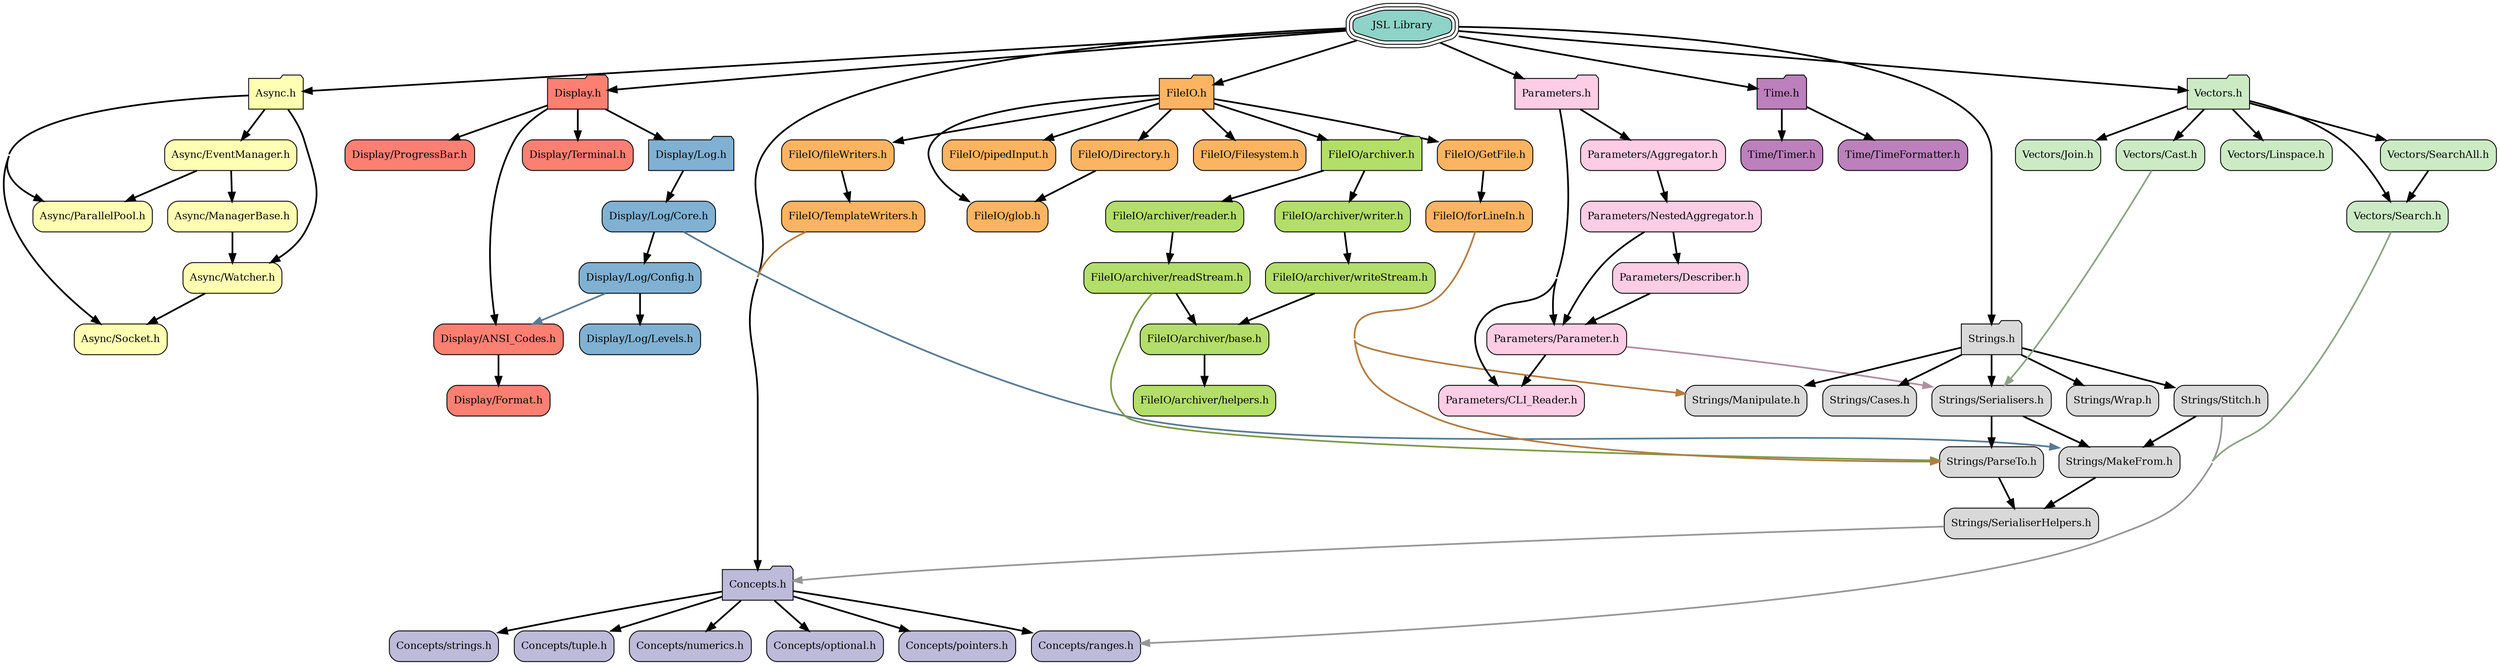
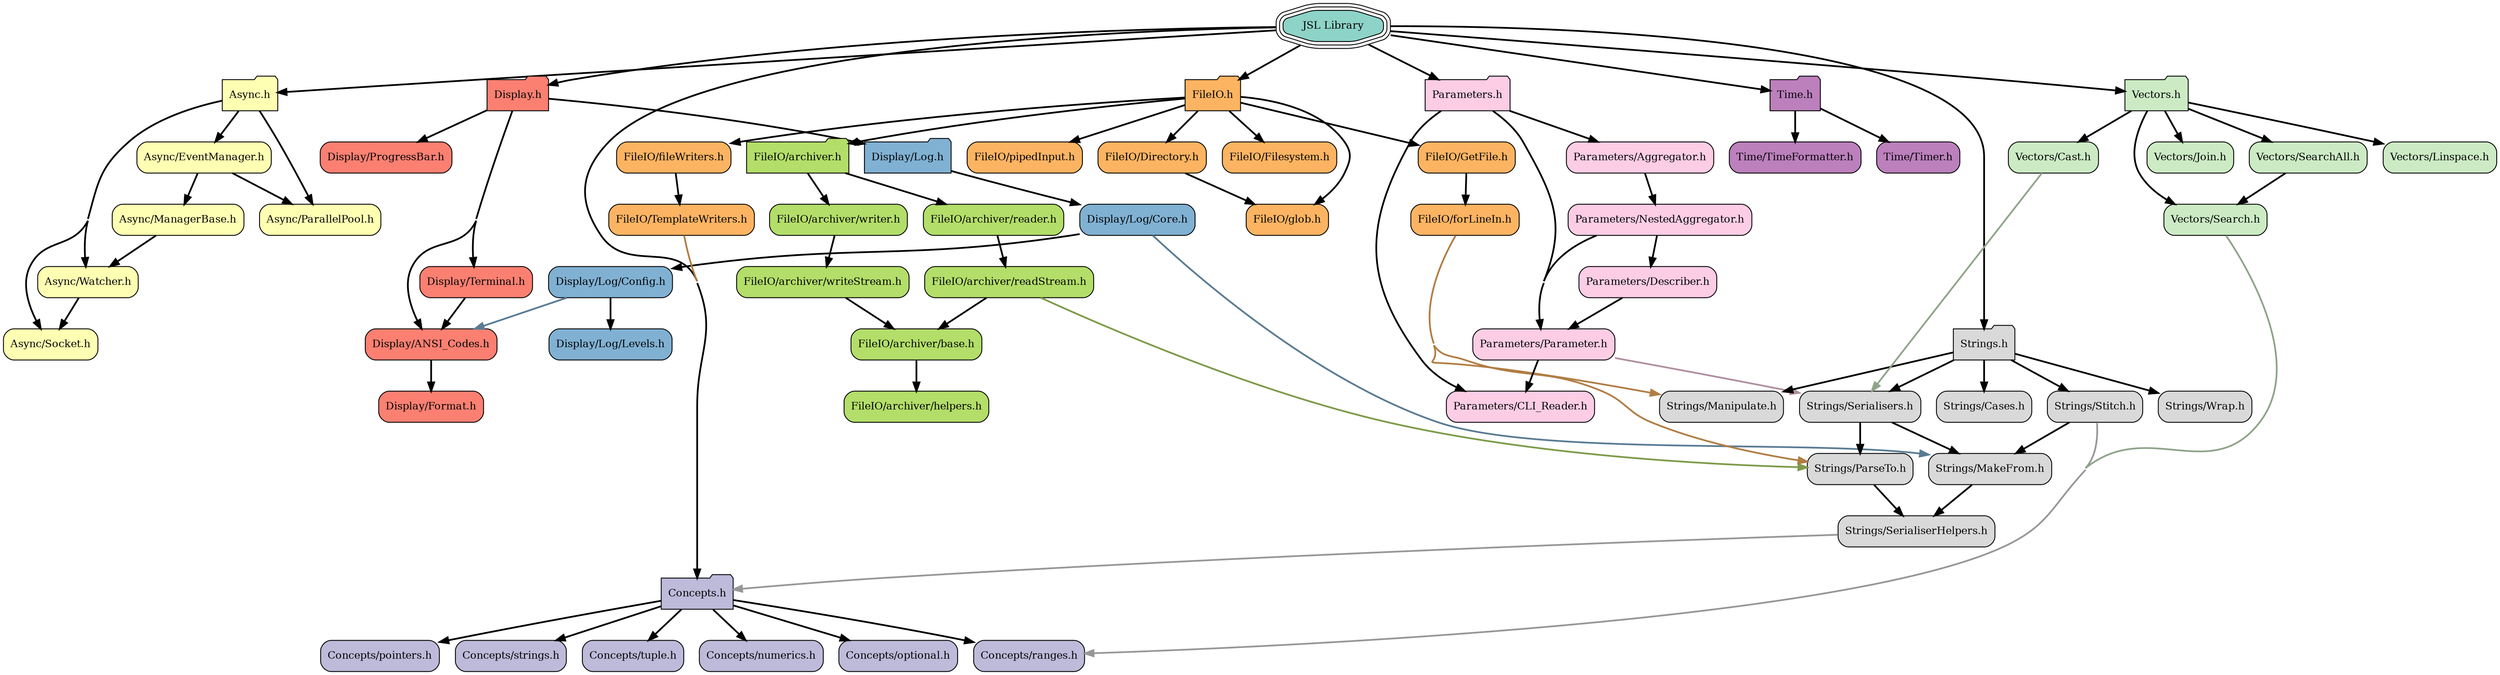
digraph codeviz{
	bgcolor="#ffffff"
	concentrate=true
	splines=true
	sep="+15,+15"
	overlap=false

	node[shape=Mrecord,fontsize=12]

	node[fillcolor="#8dd3c7", style="rounded,filled", shape=tripleoctagon, color="black"] "JSL.h"                           [label="JSL Library"]
	node[fillcolor="#ffffb3", style="rounded,filled", shape=folder, color="black"] "Async.h"                         [label="Async.h"]
	node[fillcolor="#ffffb3", style="rounded,filled", shape=box, color="black"] "Async/EventManager.h"            [label="Async/EventManager.h"]
	node[fillcolor="#ffffb3", style="rounded,filled", shape=box, color="black"] "Async/ManagerBase.h"             [label="Async/ManagerBase.h"]
	node[fillcolor="#ffffb3", style="rounded,filled", shape=box, color="black"] "Async/ParallelPool.h"            [label="Async/ParallelPool.h"]
	node[fillcolor="#ffffb3", style="rounded,filled", shape=box, color="black"] "Async/Socket.h"                  [label="Async/Socket.h"]
	node[fillcolor="#ffffb3", style="rounded,filled", shape=box, color="black"] "Async/Watcher.h"                 [label="Async/Watcher.h"]
	node[fillcolor="#bebada", style="rounded,filled", shape=folder, color="black"] "Concepts.h"                      [label="Concepts.h"]
	node[fillcolor="#bebada", style="rounded,filled", shape=box, color="black"] "Concepts/numerics.h"             [label="Concepts/numerics.h"]
	node[fillcolor="#bebada", style="rounded,filled", shape=box, color="black"] "Concepts/optional.h"             [label="Concepts/optional.h"]
	node[fillcolor="#bebada", style="rounded,filled", shape=box, color="black"] "Concepts/pointers.h"             [label="Concepts/pointers.h"]
	node[fillcolor="#bebada", style="rounded,filled", shape=box, color="black"] "Concepts/ranges.h"               [label="Concepts/ranges.h"]
	node[fillcolor="#bebada", style="rounded,filled", shape=box, color="black"] "Concepts/strings.h"              [label="Concepts/strings.h"]
	node[fillcolor="#bebada", style="rounded,filled", shape=box, color="black"] "Concepts/tuple.h"                [label="Concepts/tuple.h"]
	node[fillcolor="#fb8072", style="rounded,filled", shape=folder, color="black"] "Display.h"                       [label="Display.h"]
	node[fillcolor="#fb8072", style="rounded,filled", shape=box, color="black"] "Display/ANSI_Codes.h"            [label="Display/ANSI_Codes.h"]
	node[fillcolor="#fb8072", style="rounded,filled", shape=box, color="black"] "Display/Format.h"                [label="Display/Format.h"]
	node[fillcolor="#80b1d3", style="rounded,filled", shape=folder, color="black"] "Display/Log.h"                   [label="Display/Log.h"]
	node[fillcolor="#80b1d3", style="rounded,filled", shape=box, color="black"] "Display/Log/Config.h"            [label="Display/Log/Config.h"]
	node[fillcolor="#80b1d3", style="rounded,filled", shape=box, color="black"] "Display/Log/Core.h"              [label="Display/Log/Core.h"]
	node[fillcolor="#80b1d3", style="rounded,filled", shape=box, color="black"] "Display/Log/Levels.h"            [label="Display/Log/Levels.h"]
	node[fillcolor="#fb8072", style="rounded,filled", shape=box, color="black"] "Display/ProgressBar.h"           [label="Display/ProgressBar.h"]
	node[fillcolor="#fb8072", style="rounded,filled", shape=box, color="black"] "Display/Terminal.h"              [label="Display/Terminal.h"]
	node[fillcolor="#fdb462", style="rounded,filled", shape=folder, color="black"] "FileIO.h"                        [label="FileIO.h"]
	node[fillcolor="#fdb462", style="rounded,filled", shape=box, color="black"] "FileIO/Directory.h"              [label="FileIO/Directory.h"]
	node[fillcolor="#fdb462", style="rounded,filled", shape=box, color="black"] "FileIO/Filesystem.h"             [label="FileIO/Filesystem.h"]
	node[fillcolor="#fdb462", style="rounded,filled", shape=box, color="black"] "FileIO/GetFile.h"                [label="FileIO/GetFile.h"]
	node[fillcolor="#fdb462", style="rounded,filled", shape=box, color="black"] "FileIO/TemplateWriters.h"        [label="FileIO/TemplateWriters.h"]
	node[fillcolor="#b3de69", style="rounded,filled", shape=folder, color="black"] "FileIO/archiver.h"               [label="FileIO/archiver.h"]
	node[fillcolor="#b3de69", style="rounded,filled", shape=box, color="black"] "FileIO/archiver/base.h"          [label="FileIO/archiver/base.h"]
	node[fillcolor="#b3de69", style="rounded,filled", shape=box, color="black"] "FileIO/archiver/helpers.h"       [label="FileIO/archiver/helpers.h"]
	node[fillcolor="#b3de69", style="rounded,filled", shape=box, color="black"] "FileIO/archiver/readStream.h"    [label="FileIO/archiver/readStream.h"]
	node[fillcolor="#b3de69", style="rounded,filled", shape=box, color="black"] "FileIO/archiver/reader.h"        [label="FileIO/archiver/reader.h"]
	node[fillcolor="#b3de69", style="rounded,filled", shape=box, color="black"] "FileIO/archiver/writeStream.h"   [label="FileIO/archiver/writeStream.h"]
	node[fillcolor="#b3de69", style="rounded,filled", shape=box, color="black"] "FileIO/archiver/writer.h"        [label="FileIO/archiver/writer.h"]
	node[fillcolor="#fdb462", style="rounded,filled", shape=box, color="black"] "FileIO/fileWriters.h"            [label="FileIO/fileWriters.h"]
	node[fillcolor="#fdb462", style="rounded,filled", shape=box, color="black"] "FileIO/forLineIn.h"              [label="FileIO/forLineIn.h"]
	node[fillcolor="#fdb462", style="rounded,filled", shape=box, color="black"] "FileIO/glob.h"                   [label="FileIO/glob.h"]
	node[fillcolor="#fdb462", style="rounded,filled", shape=box, color="black"] "FileIO/pipedInput.h"             [label="FileIO/pipedInput.h"]
	node[fillcolor="#fccde5", style="rounded,filled", shape=folder, color="black"] "Parameters.h"                    [label="Parameters.h"]
	node[fillcolor="#fccde5", style="rounded,filled", shape=box, color="black"] "Parameters/Aggregator.h"         [label="Parameters/Aggregator.h"]
	node[fillcolor="#fccde5", style="rounded,filled", shape=box, color="black"] "Parameters/CLI_Reader.h"         [label="Parameters/CLI_Reader.h"]
	node[fillcolor="#fccde5", style="rounded,filled", shape=box, color="black"] "Parameters/Describer.h"          [label="Parameters/Describer.h"]
	node[fillcolor="#fccde5", style="rounded,filled", shape=box, color="black"] "Parameters/NestedAggregator.h"   [label="Parameters/NestedAggregator.h"]
	node[fillcolor="#fccde5", style="rounded,filled", shape=box, color="black"] "Parameters/Parameter.h"          [label="Parameters/Parameter.h"]
	node[fillcolor="#d9d9d9", style="rounded,filled", shape=folder, color="black"] "Strings.h"                       [label="Strings.h"]
	node[fillcolor="#d9d9d9", style="rounded,filled", shape=box, color="black"] "Strings/Cases.h"                 [label="Strings/Cases.h"]
	node[fillcolor="#d9d9d9", style="rounded,filled", shape=box, color="black"] "Strings/MakeFrom.h"              [label="Strings/MakeFrom.h"]
	node[fillcolor="#d9d9d9", style="rounded,filled", shape=box, color="black"] "Strings/Manipulate.h"            [label="Strings/Manipulate.h"]
	node[fillcolor="#d9d9d9", style="rounded,filled", shape=box, color="black"] "Strings/ParseTo.h"               [label="Strings/ParseTo.h"]
	node[fillcolor="#d9d9d9", style="rounded,filled", shape=box, color="black"] "Strings/SerialiserHelpers.h"     [label="Strings/SerialiserHelpers.h"]
	node[fillcolor="#d9d9d9", style="rounded,filled", shape=box, color="black"] "Strings/Serialisers.h"           [label="Strings/Serialisers.h"]
	node[fillcolor="#d9d9d9", style="rounded,filled", shape=box, color="black"] "Strings/Stitch.h"                [label="Strings/Stitch.h"]
	node[fillcolor="#d9d9d9", style="rounded,filled", shape=box, color="black"] "Strings/Wrap.h"                  [label="Strings/Wrap.h"]
	node[fillcolor="#bc80bd", style="rounded,filled", shape=folder, color="black"] "Time.h"                          [label="Time.h"]
	node[fillcolor="#bc80bd", style="rounded,filled", shape=box, color="black"] "Time/TimeFormatter.h"            [label="Time/TimeFormatter.h"]
	node[fillcolor="#bc80bd", style="rounded,filled", shape=box, color="black"] "Time/Timer.h"                    [label="Time/Timer.h"]
	node[fillcolor="#ccebc5", style="rounded,filled", shape=folder, color="black"] "Vectors.h"                       [label="Vectors.h"]
	node[fillcolor="#ccebc5", style="rounded,filled", shape=box, color="black"] "Vectors/Cast.h"                  [label="Vectors/Cast.h"]
	node[fillcolor="#ccebc5", style="rounded,filled", shape=box, color="black"] "Vectors/Join.h"                  [label="Vectors/Join.h"]
	node[fillcolor="#ccebc5", style="rounded,filled", shape=box, color="black"] "Vectors/Linspace.h"              [label="Vectors/Linspace.h"]
	node[fillcolor="#ccebc5", style="rounded,filled", shape=box, color="black"] "Vectors/Search.h"                [label="Vectors/Search.h"]
	node[fillcolor="#ccebc5", style="rounded,filled", shape=box, color="black"] "Vectors/SearchAll.h"             [label="Vectors/SearchAll.h"]
+ 	"JSL.h"                           -> "Time.h"[weight=10,penwidth=2]
	"JSL.h"                           -> "Display.h"[weight=10,penwidth=2]
+ 	"JSL.h"                           -> "Concepts.h"[weight=10,penwidth=2]
	"JSL.h"                           -> "Async.h"[weight=10,penwidth=2]
	"JSL.h"                           -> "FileIO.h"[weight=10,penwidth=2]
- 	"JSL.h"                           -> "Time.h"[weight=10,penwidth=2]
- 	"JSL.h"                           -> "Concepts.h"[weight=10,penwidth=2]
	"JSL.h"                           -> "Vectors.h"[weight=10,penwidth=2]
+ 	"JSL.h"                           -> "Strings.h"[weight=10,penwidth=2]
	"JSL.h"                           -> "Parameters.h"[weight=10,penwidth=2]
- 	"JSL.h"                           -> "Strings.h"[weight=10,penwidth=2]
	"Async.h"                         -> "Async/Socket.h"[weight=10,penwidth=2]
	"Async.h"                         -> "Async/Watcher.h"[weight=10,penwidth=2]
	"Async.h"                         -> "Async/EventManager.h"[weight=10,penwidth=2]
	"Async.h"                         -> "Async/ParallelPool.h"[weight=10,penwidth=2]
	"Async/EventManager.h"            -> "Async/ManagerBase.h"[weight=10,penwidth=2]
	"Async/EventManager.h"            -> "Async/ParallelPool.h"[weight=10,penwidth=2]
	"Async/ManagerBase.h"             -> "Async/Watcher.h"[weight=10,penwidth=2]
	"Async/Watcher.h"                 -> "Async/Socket.h"[weight=10,penwidth=2]
+ 	"Concepts.h"                      -> "Concepts/pointers.h"[weight=10,penwidth=2]
+ 	"Concepts.h"                      -> "Concepts/strings.h"[weight=10,penwidth=2]
+ 	"Concepts.h"                      -> "Concepts/tuple.h"[weight=10,penwidth=2]
	"Concepts.h"                      -> "Concepts/ranges.h"[weight=10,penwidth=2]
	"Concepts.h"                      -> "Concepts/optional.h"[weight=10,penwidth=2]
- 	"Concepts.h"                      -> "Concepts/pointers.h"[weight=10,penwidth=2]
- 	"Concepts.h"                      -> "Concepts/strings.h"[weight=10,penwidth=2]
	"Concepts.h"                      -> "Concepts/numerics.h"[weight=10,penwidth=2]
- 	"Concepts.h"                      -> "Concepts/tuple.h"[weight=10,penwidth=2]
- 	"Display.h"                       -> "Display/ProgressBar.h"[weight=10,penwidth=2]
+ 	"Display.h"                       -> "Display/Terminal.h"[weight=10,penwidth=2]
	"Display.h"                       -> "Display/ANSI_Codes.h"[weight=10,penwidth=2]
	"Display.h"                       -> "Display/Log.h"[weight=10,penwidth=2]
- 	"Display.h"                       -> "Display/Terminal.h"[weight=10,penwidth=2]
+ 	"Display.h"                       -> "Display/ProgressBar.h"[weight=10,penwidth=2]
	"Display/ANSI_Codes.h"            -> "Display/Format.h"[weight=10,penwidth=2]
	"Display/Log.h"                   -> "Display/Log/Core.h"[weight=10,penwidth=2]
+ 	"Display/Log/Config.h"            -> "Display/ANSI_Codes.h"[weight=0,penwidth=2,color="#597b93"]
	"Display/Log/Config.h"            -> "Display/Log/Levels.h"[weight=10,penwidth=2]
- 	"Display/Log/Config.h"            -> "Display/ANSI_Codes.h"[weight=0,penwidth=2,color="#597b93"]
	"Display/Log/Core.h"              -> "Display/Log/Config.h"[weight=10,penwidth=2]
	"Display/Log/Core.h"              -> "Strings/MakeFrom.h"[weight=0,penwidth=2,color="#597b93"]
+ 	"Display/Terminal.h"              -> "Display/ANSI_Codes.h"[weight=10,penwidth=2]
	"FileIO.h"                        -> "FileIO/GetFile.h"[weight=10,penwidth=2]
+ 	"FileIO.h"                        -> "FileIO/Directory.h"[weight=10,penwidth=2]
	"FileIO.h"                        -> "FileIO/pipedInput.h"[weight=10,penwidth=2]
- 	"FileIO.h"                        -> "FileIO/archiver.h"[weight=10,penwidth=2]
	"FileIO.h"                        -> "FileIO/fileWriters.h"[weight=10,penwidth=2]
	"FileIO.h"                        -> "FileIO/Filesystem.h"[weight=10,penwidth=2]
- 	"FileIO.h"                        -> "FileIO/Directory.h"[weight=10,penwidth=2]
	"FileIO.h"                        -> "FileIO/glob.h"[weight=10,penwidth=2]
+ 	"FileIO.h"                        -> "FileIO/archiver.h"[weight=10,penwidth=2]
	"FileIO/Directory.h"              -> "FileIO/glob.h"[weight=10,penwidth=2]
	"FileIO/GetFile.h"                -> "FileIO/forLineIn.h"[weight=10,penwidth=2]
	"FileIO/TemplateWriters.h"        -> "Concepts.h"[weight=0,penwidth=2,color="#b17d44"]
	"FileIO/archiver.h"               -> "FileIO/archiver/writer.h"[weight=10,penwidth=2]
	"FileIO/archiver.h"               -> "FileIO/archiver/reader.h"[weight=10,penwidth=2]
	"FileIO/archiver/base.h"          -> "FileIO/archiver/helpers.h"[weight=10,penwidth=2]
	"FileIO/archiver/readStream.h"    -> "FileIO/archiver/base.h"[weight=10,penwidth=2]
	"FileIO/archiver/readStream.h"    -> "Strings/ParseTo.h"[weight=0,penwidth=2,color="#7d9b49"]
	"FileIO/archiver/reader.h"        -> "FileIO/archiver/readStream.h"[weight=10,penwidth=2]
	"FileIO/archiver/writeStream.h"   -> "FileIO/archiver/base.h"[weight=10,penwidth=2]
	"FileIO/archiver/writer.h"        -> "FileIO/archiver/writeStream.h"[weight=10,penwidth=2]
	"FileIO/fileWriters.h"            -> "FileIO/TemplateWriters.h"[weight=10,penwidth=2]
+ 	"FileIO/forLineIn.h"              -> "Strings/ParseTo.h"[weight=0,penwidth=2,color="#b17d44"]
	"FileIO/forLineIn.h"              -> "Strings/Manipulate.h"[weight=0,penwidth=2,color="#b17d44"]
- 	"FileIO/forLineIn.h"              -> "Strings/ParseTo.h"[weight=0,penwidth=2,color="#b17d44"]
	"Parameters.h"                    -> "Parameters/Parameter.h"[weight=10,penwidth=2]
	"Parameters.h"                    -> "Parameters/Aggregator.h"[weight=10,penwidth=2]
	"Parameters.h"                    -> "Parameters/CLI_Reader.h"[weight=10,penwidth=2]
	"Parameters/Aggregator.h"         -> "Parameters/NestedAggregator.h"[weight=10,penwidth=2]
	"Parameters/Describer.h"          -> "Parameters/Parameter.h"[weight=10,penwidth=2]
+ 	"Parameters/NestedAggregator.h"   -> "Parameters/Describer.h"[weight=10,penwidth=2]
	"Parameters/NestedAggregator.h"   -> "Parameters/Parameter.h"[weight=10,penwidth=2]
- 	"Parameters/NestedAggregator.h"   -> "Parameters/Describer.h"[weight=10,penwidth=2]
	"Parameters/Parameter.h"          -> "Parameters/CLI_Reader.h"[weight=10,penwidth=2]
	"Parameters/Parameter.h"          -> "Strings/Serialisers.h"[weight=0,penwidth=2,color="#b08fa0"]
	"Strings.h"                       -> "Strings/Serialisers.h"[weight=10,penwidth=2]
	"Strings.h"                       -> "Strings/Cases.h"[weight=10,penwidth=2]
	"Strings.h"                       -> "Strings/Manipulate.h"[weight=10,penwidth=2]
	"Strings.h"                       -> "Strings/Stitch.h"[weight=10,penwidth=2]
	"Strings.h"                       -> "Strings/Wrap.h"[weight=10,penwidth=2]
	"Strings/MakeFrom.h"              -> "Strings/SerialiserHelpers.h"[weight=10,penwidth=2]
	"Strings/ParseTo.h"               -> "Strings/SerialiserHelpers.h"[weight=10,penwidth=2]
	"Strings/SerialiserHelpers.h"     -> "Concepts.h"[weight=0,penwidth=2,color="#979797"]
	"Strings/Serialisers.h"           -> "Strings/MakeFrom.h"[weight=10,penwidth=2]
	"Strings/Serialisers.h"           -> "Strings/ParseTo.h"[weight=10,penwidth=2]
	"Strings/Stitch.h"                -> "Concepts/ranges.h"[weight=0,penwidth=2,color="#979797"]
	"Strings/Stitch.h"                -> "Strings/MakeFrom.h"[weight=10,penwidth=2]
	"Time.h"                          -> "Time/Timer.h"[weight=10,penwidth=2]
	"Time.h"                          -> "Time/TimeFormatter.h"[weight=10,penwidth=2]
	"Vectors.h"                       -> "Vectors/Cast.h"[weight=10,penwidth=2]
	"Vectors.h"                       -> "Vectors/Search.h"[weight=10,penwidth=2]
	"Vectors.h"                       -> "Vectors/SearchAll.h"[weight=10,penwidth=2]
	"Vectors.h"                       -> "Vectors/Join.h"[weight=10,penwidth=2]
	"Vectors.h"                       -> "Vectors/Linspace.h"[weight=10,penwidth=2]
	"Vectors/Cast.h"                  -> "Strings/Serialisers.h"[weight=0,penwidth=2,color="#8ea489"]
	"Vectors/Search.h"                -> "Concepts/ranges.h"[weight=0,penwidth=2,color="#8ea489"]
	"Vectors/SearchAll.h"             -> "Vectors/Search.h"[weight=10,penwidth=2]
}